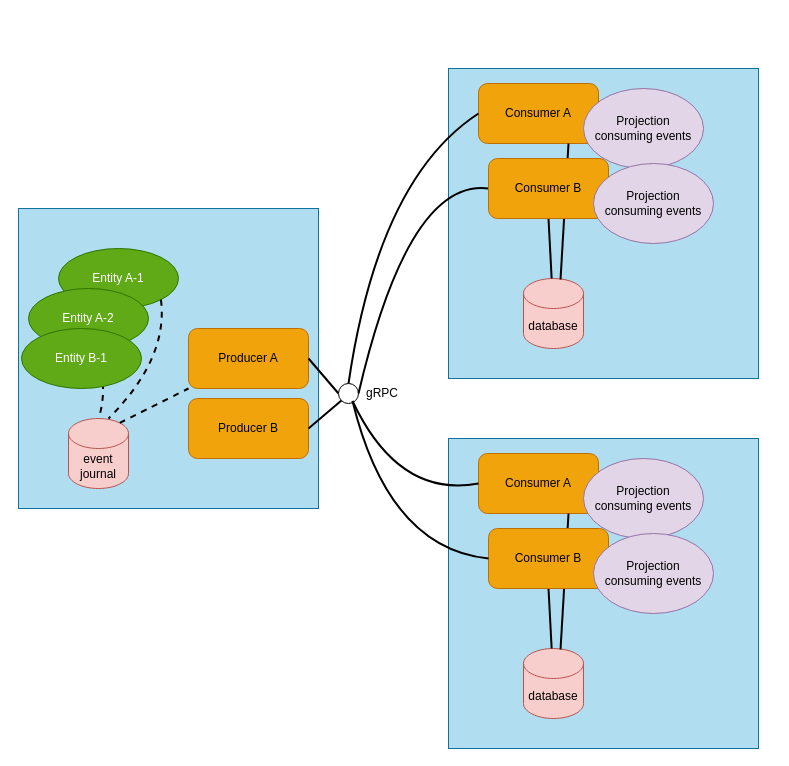
Above: akka-edge-docs/src/main/paradox/images/projection-over-grpc.drawio in akka/akka-projection (draw.io), before the change. Source tidied: cells renumbered, new cells numbered last; positions are measured from the earlier drawing's top-left corner, leaving out a move shared by most shapes. Both pictures are drawn from the tidied source at 100%, with x=0, y=0 at pixel (18, 68).
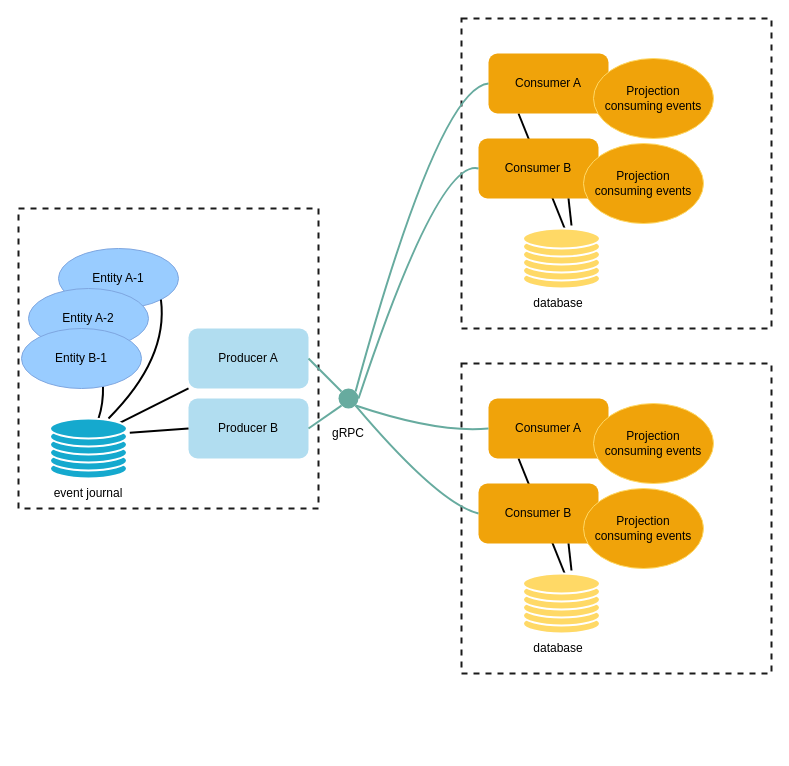
The same page after the edit.

Diff of the diagram source:
```diff
@@
-    <mxCell id="2" style="whiteSpace=wrap;html=1;fillColor=#b1ddf0;strokeColor=#10739e;" parent="1" vertex="1">
-      <mxGeometry x="430" width="310" height="310" as="geometry" />
-    </mxCell>
-    <mxCell id="3" style="whiteSpace=wrap;html=1;fillColor=#b1ddf0;strokeColor=#10739e;" parent="1" vertex="1">
-      <mxGeometry y="140" width="300" height="300" as="geometry" />
-    </mxCell>
-    <mxCell id="4" value="database" style="shape=cylinder3;whiteSpace=wrap;html=1;boundedLbl=1;backgroundOutline=1;size=15;fillColor=#f8cecc;strokeColor=#b85450;" parent="1" vertex="1">
-      <mxGeometry x="505" y="210" width="60" height="70" as="geometry" />
-    </mxCell>
-    <mxCell id="5" value="event journal" style="shape=cylinder3;whiteSpace=wrap;html=1;boundedLbl=1;backgroundOutline=1;size=15;fillColor=#f8cecc;strokeColor=#b85450;" parent="1" vertex="1">
-      <mxGeometry x="50" y="350" width="60" height="70" as="geometry" />
-    </mxCell>
+    <mxCell id="36" style="whiteSpace=wrap;html=1;fillColor=#FFFFFF;strokeColor=#1A1A1A;dashed=1;strokeWidth=2;" parent="1" vertex="1">
+      <mxGeometry y="140" width="300" height="300" as="geometry" />
+    </mxCell>
-    <mxCell id="6" value="Producer A" style="rounded=1;whiteSpace=wrap;html=1;fillColor=#f0a30a;fontColor=#000000;strokeColor=#BD7000;" parent="1" vertex="1">
+    <mxCell id="6" value="Producer A" style="rounded=1;whiteSpace=wrap;html=1;fillColor=#b1ddf0;strokeColor=none;" parent="1" vertex="1">
       <mxGeometry x="170" y="260" width="120" height="60" as="geometry" />
     </mxCell>
-    <mxCell id="7" value="Entity A-1" style="ellipse;whiteSpace=wrap;html=1;fillColor=#60a917;strokeColor=#2D7600;fontColor=#ffffff;" parent="1" vertex="1">
+    <mxCell id="7" value="Entity A-1" style="ellipse;whiteSpace=wrap;html=1;fillColor=#99CCFF;strokeColor=#7EA6E0;fontColor=#000000;" parent="1" vertex="1">
       <mxGeometry x="40" y="180" width="120" height="60" as="geometry" />
     </mxCell>
-    <mxCell id="8" value="Entity A-2" style="ellipse;whiteSpace=wrap;html=1;fillColor=#60a917;strokeColor=#2D7600;fontColor=#ffffff;" parent="1" vertex="1">
+    <mxCell id="8" value="Entity A-2" style="ellipse;whiteSpace=wrap;html=1;fillColor=#99CCFF;strokeColor=#7EA6E0;fontColor=#000000;" parent="1" vertex="1">
       <mxGeometry x="10" y="220" width="120" height="60" as="geometry" />
     </mxCell>
-    <mxCell id="9" style="endArrow=none;html=1;exitX=0.567;exitY=0.983;exitDx=0;exitDy=0;exitPerimeter=0;entryX=0.5;entryY=0;entryDx=0;entryDy=0;entryPerimeter=0;strokeWidth=2;endFill=0;jumpStyle=none;strokeColor=default;dashed=1;curved=1;" parent="1" edge="1" source="8" target="5">
-      <mxGeometry relative="1" as="geometry">
-        <Array as="points">
-          <mxPoint x="90" y="320" />
-        </Array>
-      </mxGeometry>
-    </mxCell>
-    <mxCell id="10" style="endArrow=none;html=1;exitX=1;exitY=1;exitDx=0;exitDy=0;strokeWidth=2;endFill=0;dashed=1;curved=1;" parent="1" edge="1" source="7">
-      <mxGeometry relative="1" as="geometry">
-        <mxPoint x="90" y="350" as="targetPoint" />
-        <Array as="points">
-          <mxPoint x="150" y="290" />
-        </Array>
-      </mxGeometry>
-    </mxCell>
-    <mxCell id="11" style="endArrow=none;html=1;exitX=0.855;exitY=0;exitDx=0;exitDy=4.35;strokeWidth=2;endFill=0;exitPerimeter=0;curved=1;dashed=1;" parent="1" edge="1" source="5" target="6">
-      <mxGeometry relative="1" as="geometry" />
-    </mxCell>
-    <mxCell id="12" style="rounded=0;jettySize=auto;html=1;exitX=0.5;exitY=1;exitDx=0;exitDy=0;endArrow=none;endFill=0;strokeWidth=2;" parent="1" edge="1" source="23" target="4">
-      <mxGeometry relative="1" as="geometry" />
-    </mxCell>
-    <mxCell id="13" style="endArrow=none;html=1;rounded=0;strokeWidth=2;endFill=0;entryX=0;entryY=0.5;entryDx=0;entryDy=0;exitX=1;exitY=0.5;exitDx=0;exitDy=0;" parent="1" edge="1" source="6" target="14">
-      <mxGeometry relative="1" as="geometry" />
-    </mxCell>
-    <mxCell id="14" style="ellipse;whiteSpace=wrap;html=1;" parent="1" vertex="1">
-      <mxGeometry x="320" y="315" width="20" height="20" as="geometry" />
-    </mxCell>
+    <mxCell id="37" style="endArrow=none;html=1;exitX=0.567;exitY=0.983;exitDx=0;exitDy=0;exitPerimeter=0;entryX=0.5;entryY=0;entryDx=0;entryDy=0;entryPerimeter=0;strokeWidth=2;endFill=0;jumpStyle=none;strokeColor=default;curved=1;" parent="1" edge="1" source="8">
+      <mxGeometry relative="1" as="geometry">
+        <mxPoint x="80" y="350" as="targetPoint" />
+        <Array as="points">
+          <mxPoint x="90" y="320" />
+        </Array>
+      </mxGeometry>
+    </mxCell>
+    <mxCell id="38" style="endArrow=none;html=1;exitX=1;exitY=1;exitDx=0;exitDy=0;strokeWidth=2;endFill=0;curved=1;" parent="1" edge="1" source="7">
+      <mxGeometry relative="1" as="geometry">
+        <mxPoint x="90" y="350" as="targetPoint" />
+        <Array as="points">
+          <mxPoint x="150" y="290" />
+        </Array>
+      </mxGeometry>
+    </mxCell>
+    <mxCell id="39" style="endArrow=none;html=1;exitX=0.855;exitY=0;exitDx=0;exitDy=4.35;strokeWidth=2;endFill=0;exitPerimeter=0;curved=1;" parent="1" edge="1" target="6">
+      <mxGeometry relative="1" as="geometry">
+        <mxPoint x="101.3" y="354.3" as="sourcePoint" />
+      </mxGeometry>
+    </mxCell>
+    <mxCell id="40" style="endArrow=none;html=1;rounded=0;strokeWidth=2;endFill=0;entryX=0;entryY=0;entryDx=0;entryDy=0;exitX=1;exitY=0.5;exitDx=0;exitDy=0;fillColor=#f0a30a;strokeColor=#67AB9F;" parent="1" edge="1" source="6" target="41">
+      <mxGeometry relative="1" as="geometry" />
+    </mxCell>
+    <mxCell id="41" style="ellipse;whiteSpace=wrap;html=1;fillColor=#67AB9F;strokeColor=none;" parent="1" vertex="1">
+      <mxGeometry x="320" y="320" width="20" height="20" as="geometry" />
+    </mxCell>
+    <mxCell id="17" value="Entity B-1" style="ellipse;whiteSpace=wrap;html=1;fillColor=#99CCFF;strokeColor=#7EA6E0;fontColor=#000000;" parent="1" vertex="1">
+      <mxGeometry x="3" y="260" width="120" height="60" as="geometry" />
+    </mxCell>
+    <mxCell id="42" style="group;" parent="1" vertex="1">
+      <mxGeometry x="31.5" y="350" width="77" height="60" as="geometry" />
+    </mxCell>
+    <mxCell id="43" style="ellipse;whiteSpace=wrap;html=1;fillColor=#15a9ce;strokeColor=#FFFFFF;strokeWidth=2;" parent="42" vertex="1">
+      <mxGeometry y="40" width="77" height="20" as="geometry" />
+    </mxCell>
+    <mxCell id="44" style="ellipse;whiteSpace=wrap;html=1;fillColor=#15a9ce;strokeColor=#FFFFFF;strokeWidth=2;" parent="42" vertex="1">
+      <mxGeometry y="32" width="77" height="20" as="geometry" />
+    </mxCell>
+    <mxCell id="45" style="ellipse;whiteSpace=wrap;html=1;fillColor=#15a9ce;strokeColor=#FFFFFF;strokeWidth=2;" parent="42" vertex="1">
+      <mxGeometry y="24" width="77" height="20" as="geometry" />
+    </mxCell>
+    <mxCell id="46" style="ellipse;whiteSpace=wrap;html=1;fillColor=#15a9ce;strokeColor=#FFFFFF;strokeWidth=2;" parent="42" vertex="1">
+      <mxGeometry y="16" width="77" height="20" as="geometry" />
+    </mxCell>
+    <mxCell id="47" style="ellipse;whiteSpace=wrap;html=1;fillColor=#15a9ce;strokeColor=#FFFFFF;strokeWidth=2;" parent="42" vertex="1">
+      <mxGeometry y="8" width="77" height="20" as="geometry" />
+    </mxCell>
+    <mxCell id="48" style="ellipse;whiteSpace=wrap;html=1;fillColor=#15a9ce;strokeColor=#FFFFFF;strokeWidth=2;" parent="42" vertex="1">
+      <mxGeometry width="77" height="20" as="geometry" />
+    </mxCell>
+    <mxCell id="5" value="event journal" style="text;html=1;strokeColor=none;fillColor=none;align=center;verticalAlign=middle;whiteSpace=wrap;rounded=0;" parent="1" vertex="1">
+      <mxGeometry x="22.2" y="410" width="95.5" height="30" as="geometry" />
+    </mxCell>
+    <mxCell id="18" value="Producer B" style="rounded=1;whiteSpace=wrap;html=1;fillColor=#b1ddf0;strokeColor=none;" parent="1" vertex="1">
+      <mxGeometry x="170" y="330" width="120" height="60" as="geometry" />
+    </mxCell>
+    <mxCell id="49" style="endArrow=none;html=1;exitX=0.855;exitY=0;exitDx=0;exitDy=4.35;strokeWidth=2;endFill=0;exitPerimeter=0;curved=1;entryX=0;entryY=0.5;entryDx=0;entryDy=0;" parent="1" edge="1" target="18">
+      <mxGeometry relative="1" as="geometry">
+        <mxPoint x="111.3" y="364.3" as="sourcePoint" />
+      </mxGeometry>
+    </mxCell>
+    <mxCell id="50" style="endArrow=none;html=1;rounded=0;strokeWidth=2;endFill=0;entryX=1;entryY=0.5;entryDx=0;entryDy=0;exitX=0;exitY=1;exitDx=0;exitDy=0;fillColor=#f0a30a;strokeColor=#67AB9F;" parent="1" edge="1" source="41" target="18">
+      <mxGeometry relative="1" as="geometry" />
+    </mxCell>
     <mxCell id="15" value="gRPC" style="text;html=1;strokeColor=none;fillColor=none;align=center;verticalAlign=middle;whiteSpace=wrap;rounded=0;" parent="1" vertex="1">
-      <mxGeometry x="334" y="310" width="60" height="30" as="geometry" />
+      <mxGeometry x="300" y="350" width="60" height="30" as="geometry" />
     </mxCell>
-    <mxCell id="16" style="endArrow=none;html=1;entryX=0;entryY=0.5;entryDx=0;entryDy=0;exitX=1;exitY=0.5;exitDx=0;exitDy=0;strokeWidth=2;curved=1;" parent="1" edge="1" source="14" target="23">
-      <mxGeometry relative="1" as="geometry">
-        <Array as="points">
-          <mxPoint x="390" y="110" />
-        </Array>
-      </mxGeometry>
-    </mxCell>
-    <mxCell id="17" value="Entity B-1" style="ellipse;whiteSpace=wrap;html=1;fillColor=#60a917;strokeColor=#2D7600;fontColor=#ffffff;" parent="1" vertex="1">
-      <mxGeometry x="3" y="260" width="120" height="60" as="geometry" />
-    </mxCell>
-    <mxCell id="18" value="Producer B" style="rounded=1;whiteSpace=wrap;html=1;fillColor=#f0a30a;fontColor=#000000;strokeColor=#BD7000;" parent="1" vertex="1">
-      <mxGeometry x="170" y="330" width="120" height="60" as="geometry" />
-    </mxCell>
-    <mxCell id="19" style="endArrow=none;html=1;rounded=0;strokeWidth=2;endFill=0;entryX=1;entryY=0.5;entryDx=0;entryDy=0;exitX=0;exitY=1;exitDx=0;exitDy=0;" parent="1" edge="1" source="14" target="18">
-      <mxGeometry relative="1" as="geometry" />
-    </mxCell>
-    <mxCell id="20" value="Consumer A" style="rounded=1;whiteSpace=wrap;html=1;fillColor=#f0a30a;fontColor=#000000;strokeColor=#BD7000;" parent="1" vertex="1">
-      <mxGeometry x="460" y="15" width="120" height="60" as="geometry" />
-    </mxCell>
-    <mxCell id="21" value="Projection &lt;br&gt;consuming events" style="ellipse;whiteSpace=wrap;html=1;fillColor=#e1d5e7;strokeColor=#9673a6;" parent="1" vertex="1">
-      <mxGeometry x="565" y="20" width="120" height="80" as="geometry" />
-    </mxCell>
-    <mxCell id="22" style="rounded=0;jettySize=auto;html=1;exitX=0.75;exitY=1;exitDx=0;exitDy=0;endArrow=none;endFill=0;strokeWidth=2;entryX=0.617;entryY=0.014;entryDx=0;entryDy=0;entryPerimeter=0;" parent="1" edge="1" source="20" target="4">
-      <mxGeometry relative="1" as="geometry" />
-    </mxCell>
-    <mxCell id="23" value="Consumer B" style="rounded=1;whiteSpace=wrap;html=1;fillColor=#f0a30a;fontColor=#000000;strokeColor=#BD7000;" parent="1" vertex="1">
-      <mxGeometry x="470" y="90" width="120" height="60" as="geometry" />
-    </mxCell>
-    <mxCell id="24" value="Projection &lt;br&gt;consuming events" style="ellipse;whiteSpace=wrap;html=1;fillColor=#e1d5e7;strokeColor=#9673a6;" parent="1" vertex="1">
-      <mxGeometry x="575" y="95" width="120" height="80" as="geometry" />
-    </mxCell>
-    <mxCell id="25" style="endArrow=none;html=1;entryX=0;entryY=0.5;entryDx=0;entryDy=0;exitX=0.5;exitY=0;exitDx=0;exitDy=0;strokeWidth=2;curved=1;" parent="1" edge="1" source="14" target="20">
-      <mxGeometry relative="1" as="geometry">
-        <Array as="points">
-          <mxPoint x="360" y="110" />
-        </Array>
-      </mxGeometry>
-    </mxCell>
-    <mxCell id="26" style="whiteSpace=wrap;html=1;fillColor=#b1ddf0;strokeColor=#10739e;" parent="1" vertex="1">
-      <mxGeometry x="430" y="370" width="310" height="310" as="geometry" />
-    </mxCell>
-    <mxCell id="27" value="database" style="shape=cylinder3;whiteSpace=wrap;html=1;boundedLbl=1;backgroundOutline=1;size=15;fillColor=#f8cecc;strokeColor=#b85450;" parent="1" vertex="1">
-      <mxGeometry x="505" y="580" width="60" height="70" as="geometry" />
-    </mxCell>
-    <mxCell id="28" style="rounded=0;jettySize=auto;html=1;exitX=0.5;exitY=1;exitDx=0;exitDy=0;endArrow=none;endFill=0;strokeWidth=2;" parent="1" edge="1" source="32" target="27">
-      <mxGeometry relative="1" as="geometry" />
-    </mxCell>
-    <mxCell id="29" value="Consumer A" style="rounded=1;whiteSpace=wrap;html=1;fillColor=#f0a30a;fontColor=#000000;strokeColor=#BD7000;" parent="1" vertex="1">
-      <mxGeometry x="460" y="385" width="120" height="60" as="geometry" />
-    </mxCell>
-    <mxCell id="30" value="Projection &lt;br&gt;consuming events" style="ellipse;whiteSpace=wrap;html=1;fillColor=#e1d5e7;strokeColor=#9673a6;" parent="1" vertex="1">
-      <mxGeometry x="565" y="390" width="120" height="80" as="geometry" />
-    </mxCell>
-    <mxCell id="31" style="rounded=0;jettySize=auto;html=1;exitX=0.75;exitY=1;exitDx=0;exitDy=0;endArrow=none;endFill=0;strokeWidth=2;entryX=0.617;entryY=0.014;entryDx=0;entryDy=0;entryPerimeter=0;" parent="1" edge="1" source="29" target="27">
-      <mxGeometry relative="1" as="geometry" />
-    </mxCell>
-    <mxCell id="32" value="Consumer B" style="rounded=1;whiteSpace=wrap;html=1;fillColor=#f0a30a;fontColor=#000000;strokeColor=#BD7000;" parent="1" vertex="1">
-      <mxGeometry x="470" y="460" width="120" height="60" as="geometry" />
-    </mxCell>
-    <mxCell id="33" value="Projection &lt;br&gt;consuming events" style="ellipse;whiteSpace=wrap;html=1;fillColor=#e1d5e7;strokeColor=#9673a6;" parent="1" vertex="1">
-      <mxGeometry x="575" y="465" width="120" height="80" as="geometry" />
-    </mxCell>
-    <mxCell id="34" style="endArrow=none;html=1;entryX=0;entryY=0.5;entryDx=0;entryDy=0;exitX=0;exitY=0.75;exitDx=0;exitDy=0;strokeWidth=2;curved=1;" parent="1" edge="1" source="15" target="32">
-      <mxGeometry relative="1" as="geometry">
-        <Array as="points">
-          <mxPoint x="370" y="480" />
-        </Array>
-      </mxGeometry>
-    </mxCell>
-    <mxCell id="35" style="endArrow=none;html=1;entryX=0;entryY=0.5;entryDx=0;entryDy=0;exitX=0;exitY=0.75;exitDx=0;exitDy=0;strokeWidth=2;curved=1;" parent="1" edge="1" source="15" target="29">
-      <mxGeometry relative="1" as="geometry">
-        <Array as="points">
-          <mxPoint x="380" y="430" />
-        </Array>
-      </mxGeometry>
-    </mxCell>
+    <mxCell id="51" style="whiteSpace=wrap;html=1;fillColor=#FFFFFF;strokeColor=#1A1A1A;dashed=1;strokeWidth=2;" parent="1" vertex="1">
+      <mxGeometry x="443" y="-50" width="310" height="310" as="geometry" />
+    </mxCell>
+    <mxCell id="52" style="rounded=0;jettySize=auto;html=1;exitX=0.25;exitY=1;exitDx=0;exitDy=0;endArrow=none;endFill=0;strokeWidth=2;" parent="1" edge="1" source="53">
+      <mxGeometry relative="1" as="geometry">
+        <mxPoint x="546.2" y="160" as="targetPoint" />
+      </mxGeometry>
+    </mxCell>
+    <mxCell id="53" value="Consumer A" style="rounded=1;whiteSpace=wrap;html=1;fillColor=#f0a30a;fontColor=#000000;strokeColor=none;" parent="1" vertex="1">
+      <mxGeometry x="470" y="-15" width="120" height="60" as="geometry" />
+    </mxCell>
+    <mxCell id="54" value="Projection &lt;br&gt;consuming events" style="ellipse;whiteSpace=wrap;html=1;fillColor=#f0a30a;strokeColor=#FFD966;fontColor=#000000;" parent="1" vertex="1">
+      <mxGeometry x="575" y="-10" width="120" height="80" as="geometry" />
+    </mxCell>
+    <mxCell id="55" value="database" style="text;html=1;strokeColor=none;fillColor=none;align=center;verticalAlign=middle;whiteSpace=wrap;rounded=0;" parent="1" vertex="1">
+      <mxGeometry x="492.2" y="220" width="95.5" height="30" as="geometry" />
+    </mxCell>
+    <mxCell id="56" style="group;" parent="1" vertex="1">
+      <mxGeometry x="504.5" y="160" width="77" height="60" as="geometry" />
+    </mxCell>
+    <mxCell id="57" style="ellipse;whiteSpace=wrap;html=1;fillColor=#FFD966;strokeColor=#FFFFFF;strokeWidth=2;" parent="56" vertex="1">
+      <mxGeometry y="40" width="77" height="20" as="geometry" />
+    </mxCell>
+    <mxCell id="58" style="ellipse;whiteSpace=wrap;html=1;fillColor=#FFD966;strokeColor=#FFFFFF;strokeWidth=2;" parent="56" vertex="1">
+      <mxGeometry y="32" width="77" height="20" as="geometry" />
+    </mxCell>
+    <mxCell id="59" style="ellipse;whiteSpace=wrap;html=1;fillColor=#FFD966;strokeColor=#FFFFFF;strokeWidth=2;" parent="56" vertex="1">
+      <mxGeometry y="24" width="77" height="20" as="geometry" />
+    </mxCell>
+    <mxCell id="60" style="ellipse;whiteSpace=wrap;html=1;fillColor=#FFD966;strokeColor=#FFFFFF;strokeWidth=2;" parent="56" vertex="1">
+      <mxGeometry y="16" width="77" height="20" as="geometry" />
+    </mxCell>
+    <mxCell id="61" style="ellipse;whiteSpace=wrap;html=1;fillColor=#FFD966;strokeColor=#FFFFFF;strokeWidth=2;" parent="56" vertex="1">
+      <mxGeometry y="8" width="77" height="20" as="geometry" />
+    </mxCell>
+    <mxCell id="62" style="ellipse;whiteSpace=wrap;html=1;fillColor=#FFD966;strokeColor=#FFFFFF;strokeWidth=2;" parent="56" vertex="1">
+      <mxGeometry width="77" height="20" as="geometry" />
+    </mxCell>
+    <mxCell id="63" value="Consumer B" style="rounded=1;whiteSpace=wrap;html=1;fillColor=#f0a30a;fontColor=#000000;strokeColor=none;" parent="1" vertex="1">
+      <mxGeometry x="460" y="70" width="120" height="60" as="geometry" />
+    </mxCell>
+    <mxCell id="64" value="Projection &lt;br&gt;consuming events" style="ellipse;whiteSpace=wrap;html=1;fillColor=#f0a30a;strokeColor=#FFD966;fontColor=#000000;" parent="1" vertex="1">
+      <mxGeometry x="565" y="75" width="120" height="80" as="geometry" />
+    </mxCell>
+    <mxCell id="65" style="rounded=0;jettySize=auto;html=1;exitX=0.75;exitY=1;exitDx=0;exitDy=0;endArrow=none;endFill=0;strokeWidth=2;entryX=0.63;entryY=-0.15;entryDx=0;entryDy=0;entryPerimeter=0;" parent="1" edge="1" source="63" target="62">
+      <mxGeometry relative="1" as="geometry" />
+    </mxCell>
+    <mxCell id="66" style="jettySize=auto;html=1;strokeWidth=2;endArrow=none;endFill=0;exitX=1;exitY=0;exitDx=0;exitDy=0;entryX=0;entryY=0.5;entryDx=0;entryDy=0;strokeColor=#67AB9F;curved=1;" parent="1" edge="1" source="41" target="53">
+      <mxGeometry relative="1" as="geometry">
+        <Array as="points">
+          <mxPoint x="420" y="20" />
+        </Array>
+      </mxGeometry>
+    </mxCell>
+    <mxCell id="67" style="jettySize=auto;html=1;strokeWidth=2;endArrow=none;endFill=0;exitX=1;exitY=0.5;exitDx=0;exitDy=0;entryX=0;entryY=0.5;entryDx=0;entryDy=0;strokeColor=#67AB9F;curved=1;" parent="1" edge="1" source="41" target="63">
+      <mxGeometry relative="1" as="geometry">
+        <Array as="points">
+          <mxPoint x="420" y="90" />
+        </Array>
+      </mxGeometry>
+    </mxCell>
+    <mxCell id="68" style="whiteSpace=wrap;html=1;fillColor=#FFFFFF;strokeColor=#1A1A1A;dashed=1;strokeWidth=2;" parent="1" vertex="1">
+      <mxGeometry x="443" y="295" width="310" height="310" as="geometry" />
+    </mxCell>
+    <mxCell id="69" style="rounded=0;jettySize=auto;html=1;exitX=0.25;exitY=1;exitDx=0;exitDy=0;endArrow=none;endFill=0;strokeWidth=2;" parent="1" edge="1" source="70">
+      <mxGeometry relative="1" as="geometry">
+        <mxPoint x="546.2" y="505" as="targetPoint" />
+      </mxGeometry>
+    </mxCell>
+    <mxCell id="70" value="Consumer A" style="rounded=1;whiteSpace=wrap;html=1;fillColor=#f0a30a;fontColor=#000000;strokeColor=none;" parent="1" vertex="1">
+      <mxGeometry x="470" y="330" width="120" height="60" as="geometry" />
+    </mxCell>
+    <mxCell id="71" value="Projection &lt;br&gt;consuming events" style="ellipse;whiteSpace=wrap;html=1;fillColor=#f0a30a;strokeColor=#FFD966;fontColor=#000000;" parent="1" vertex="1">
+      <mxGeometry x="575" y="335" width="120" height="80" as="geometry" />
+    </mxCell>
+    <mxCell id="72" value="database" style="text;html=1;strokeColor=none;fillColor=none;align=center;verticalAlign=middle;whiteSpace=wrap;rounded=0;" parent="1" vertex="1">
+      <mxGeometry x="492.2" y="565" width="95.5" height="30" as="geometry" />
+    </mxCell>
+    <mxCell id="73" style="group;" parent="1" vertex="1">
+      <mxGeometry x="504.5" y="505" width="77" height="60" as="geometry" />
+    </mxCell>
+    <mxCell id="74" style="ellipse;whiteSpace=wrap;html=1;fillColor=#FFD966;strokeColor=#FFFFFF;strokeWidth=2;" parent="73" vertex="1">
+      <mxGeometry y="40" width="77" height="20" as="geometry" />
+    </mxCell>
+    <mxCell id="75" style="ellipse;whiteSpace=wrap;html=1;fillColor=#FFD966;strokeColor=#FFFFFF;strokeWidth=2;" parent="73" vertex="1">
+      <mxGeometry y="32" width="77" height="20" as="geometry" />
+    </mxCell>
+    <mxCell id="76" style="ellipse;whiteSpace=wrap;html=1;fillColor=#FFD966;strokeColor=#FFFFFF;strokeWidth=2;" parent="73" vertex="1">
+      <mxGeometry y="24" width="77" height="20" as="geometry" />
+    </mxCell>
+    <mxCell id="77" style="ellipse;whiteSpace=wrap;html=1;fillColor=#FFD966;strokeColor=#FFFFFF;strokeWidth=2;" parent="73" vertex="1">
+      <mxGeometry y="16" width="77" height="20" as="geometry" />
+    </mxCell>
+    <mxCell id="78" style="ellipse;whiteSpace=wrap;html=1;fillColor=#FFD966;strokeColor=#FFFFFF;strokeWidth=2;" parent="73" vertex="1">
+      <mxGeometry y="8" width="77" height="20" as="geometry" />
+    </mxCell>
+    <mxCell id="79" style="ellipse;whiteSpace=wrap;html=1;fillColor=#FFD966;strokeColor=#FFFFFF;strokeWidth=2;" parent="73" vertex="1">
+      <mxGeometry width="77" height="20" as="geometry" />
+    </mxCell>
+    <mxCell id="80" value="Consumer B" style="rounded=1;whiteSpace=wrap;html=1;fillColor=#f0a30a;fontColor=#000000;strokeColor=none;" parent="1" vertex="1">
+      <mxGeometry x="460" y="415" width="120" height="60" as="geometry" />
+    </mxCell>
+    <mxCell id="81" value="Projection &lt;br&gt;consuming events" style="ellipse;whiteSpace=wrap;html=1;fillColor=#f0a30a;strokeColor=#FFD966;fontColor=#000000;" parent="1" vertex="1">
+      <mxGeometry x="565" y="420" width="120" height="80" as="geometry" />
+    </mxCell>
+    <mxCell id="82" style="rounded=0;jettySize=auto;html=1;exitX=0.75;exitY=1;exitDx=0;exitDy=0;endArrow=none;endFill=0;strokeWidth=2;entryX=0.63;entryY=-0.15;entryDx=0;entryDy=0;entryPerimeter=0;" parent="1" edge="1" source="80" target="79">
+      <mxGeometry relative="1" as="geometry" />
+    </mxCell>
+    <mxCell id="83" style="jettySize=auto;html=1;strokeWidth=2;endArrow=none;endFill=0;exitX=1;exitY=1;exitDx=0;exitDy=0;entryX=0;entryY=0.5;entryDx=0;entryDy=0;strokeColor=#67AB9F;curved=1;" parent="1" edge="1" source="41" target="70">
+      <mxGeometry relative="1" as="geometry">
+        <Array as="points">
+          <mxPoint x="420" y="365" />
+        </Array>
+      </mxGeometry>
+    </mxCell>
+    <mxCell id="84" style="jettySize=auto;html=1;strokeWidth=2;endArrow=none;endFill=0;exitX=1;exitY=1;exitDx=0;exitDy=0;entryX=0;entryY=0.5;entryDx=0;entryDy=0;strokeColor=#67AB9F;curved=1;" parent="1" edge="1" source="41" target="80">
+      <mxGeometry relative="1" as="geometry">
+        <Array as="points">
+          <mxPoint x="420" y="435" />
+        </Array>
+      </mxGeometry>
+    </mxCell>
```
